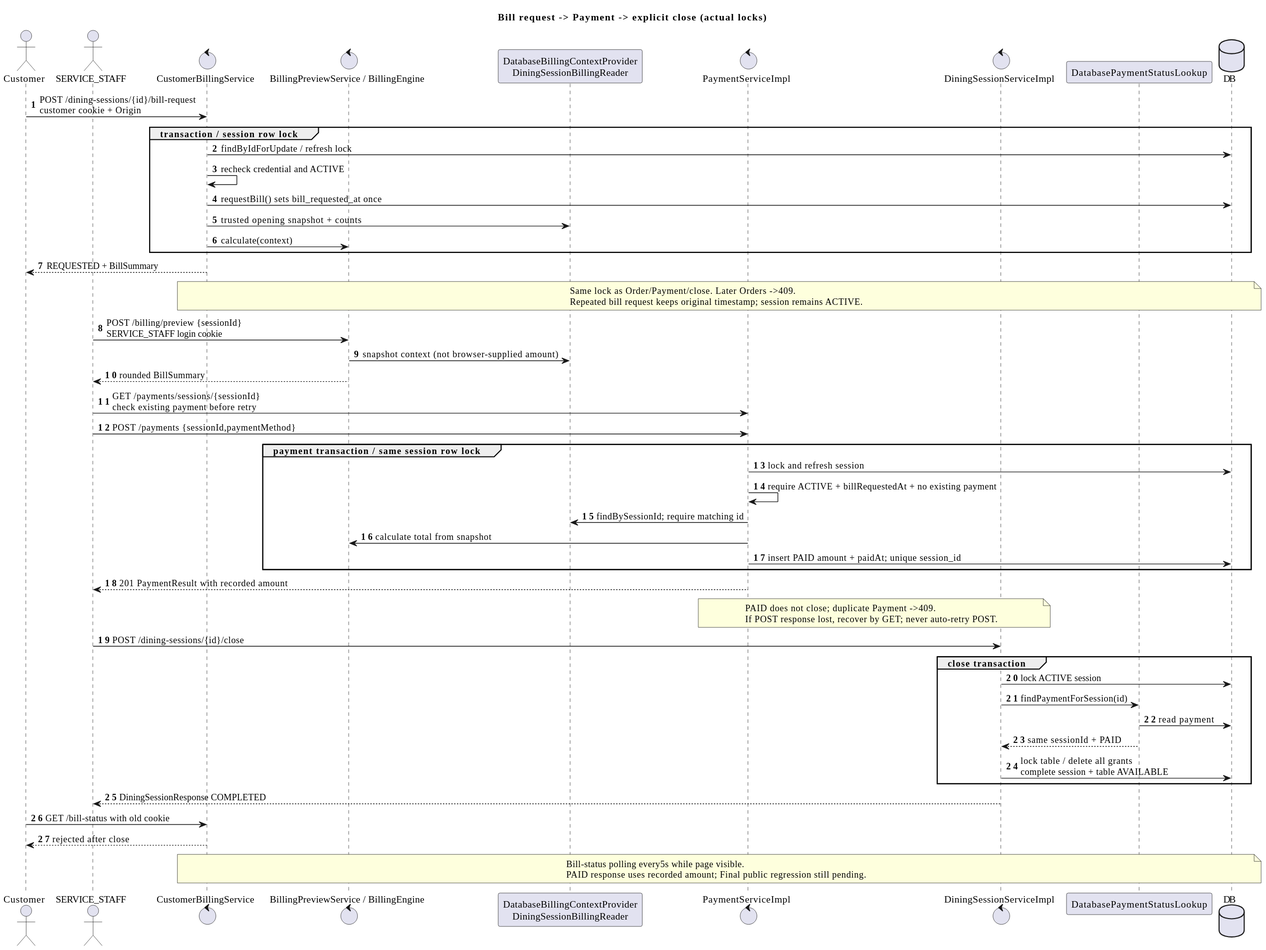
This is doc/diagrams/previews/sequence-billing-payment.svg from PavaritPramual/buffet-restaurant-management-system, a PlantUML export, as it was before one commit. The source it was exported from:
```plantuml
@startuml
skinparam shadowing false
skinparam defaultFontName Tahoma
title Bill request -> Payment -> explicit close (actual locks)
autonumber
actor Customer
actor SERVICE_STAFF as Staff
control CustomerBillingService as CB
control "BillingPreviewService / BillingEngine" as Bill
participant "DatabaseBillingContextProvider\nDiningSessionBillingReader" as Read
control PaymentServiceImpl as Pay
control DiningSessionServiceImpl as Session
participant DatabasePaymentStatusLookup as Lookup
database DB
Customer -> CB : POST /dining-sessions/{id}/bill-request\ncustomer cookie + Origin
group transaction / session row lock
 CB -> DB : findByIdForUpdate / refresh lock
 CB -> CB : recheck credential and ACTIVE
 CB -> DB : requestBill() sets bill_requested_at once
 CB -> Read : trusted opening snapshot + counts
 CB -> Bill : calculate(context)
end
CB --> Customer : REQUESTED + BillSummary
note over CB,DB : Same lock as Order/Payment/close. Later Orders ->409.\nRepeated bill request keeps original timestamp; session remains ACTIVE.
Staff -> Bill : POST /billing/preview {sessionId}\nSERVICE_STAFF login cookie
Bill -> Read : snapshot context (not browser-supplied amount)
Bill --> Staff : rounded BillSummary
Staff -> Pay : GET /payments/sessions/{sessionId}\ncheck existing payment before retry
Staff -> Pay : POST /payments {sessionId,paymentMethod}
group payment transaction / same session row lock
 Pay -> DB : lock and refresh session
 Pay -> Pay : require ACTIVE + billRequestedAt + no existing payment
 Pay -> Read : findBySessionId; require matching id
 Pay -> Bill : calculate total from snapshot
 Pay -> DB : insert PAID amount + paidAt; unique session_id
end
Pay --> Staff : 201 PaymentResult with recorded amount
note over Pay,Session : PAID does not close; duplicate Payment ->409.\nIf POST response lost, recover by GET; never auto-retry POST.
Staff -> Session : POST /dining-sessions/{id}/close
group close transaction
 Session -> DB : lock ACTIVE session
 Session -> Lookup : findPaymentForSession(id)
 Lookup -> DB : read payment
 Lookup --> Session : same sessionId + PAID
 Session -> DB : lock table / delete all grants\ncomplete session + table AVAILABLE
end
Session --> Staff : DiningSessionResponse COMPLETED
Customer -> CB : GET /bill-status with old cookie
CB --> Customer : rejected after close
note over CB,DB : Bill-status polling every5s while page visible.\nPAID response uses recorded amount; Final public regression still pending.
@enduml
```
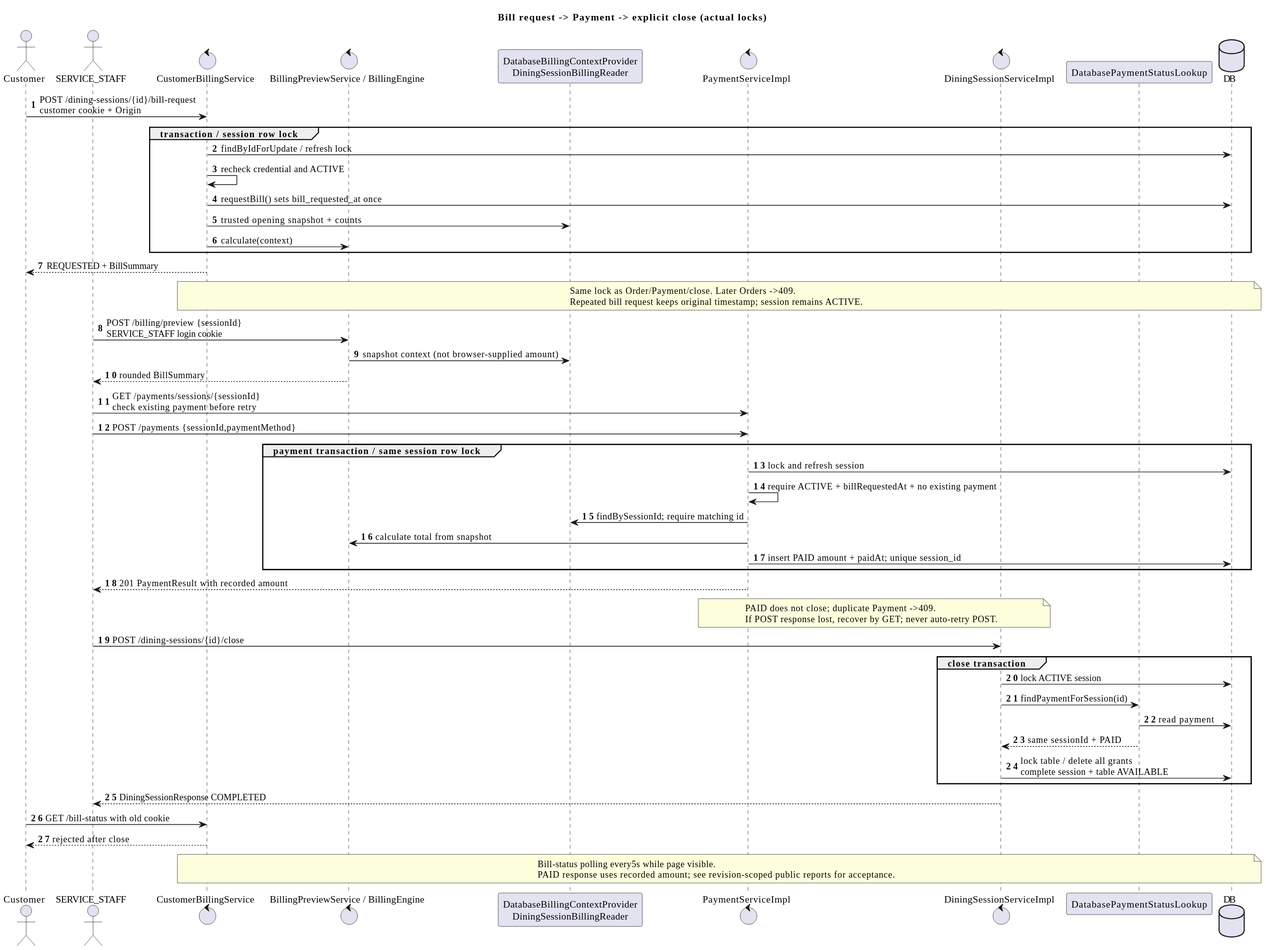
Later version of the same file.

Change to the diagram source:
```diff
@@ -47,5 +47,5 @@
 Session --> Staff : DiningSessionResponse COMPLETED
 Customer -> CB : GET /bill-status with old cookie
 CB --> Customer : rejected after close
-note over CB,DB : Bill-status polling every5s while page visible.\nPAID response uses recorded amount; Final public regression still pending.
+note over CB,DB : Bill-status polling every5s while page visible.\nPAID response uses recorded amount; see revision-scoped public reports for acceptance.
 @enduml
```
